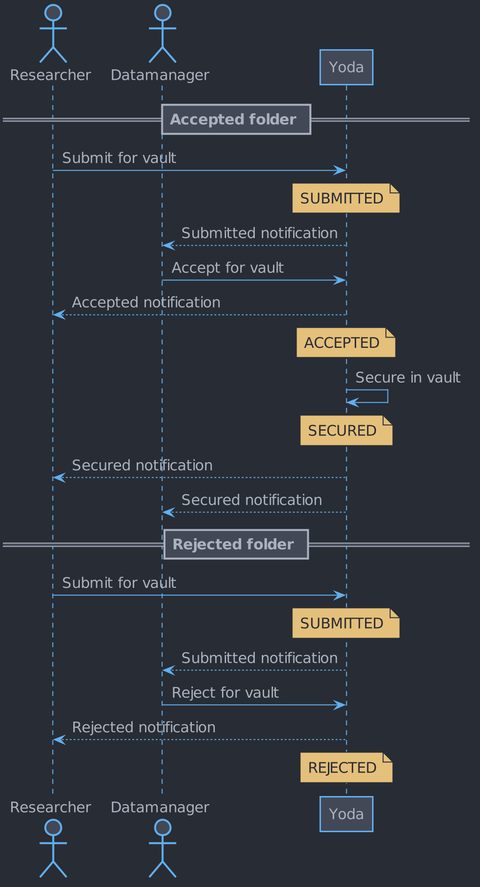
Earlier version of the PlantUML export docs/design/overview/img/research/research-space-sequence-diagram.png (UtrechtUniversity/yoda).
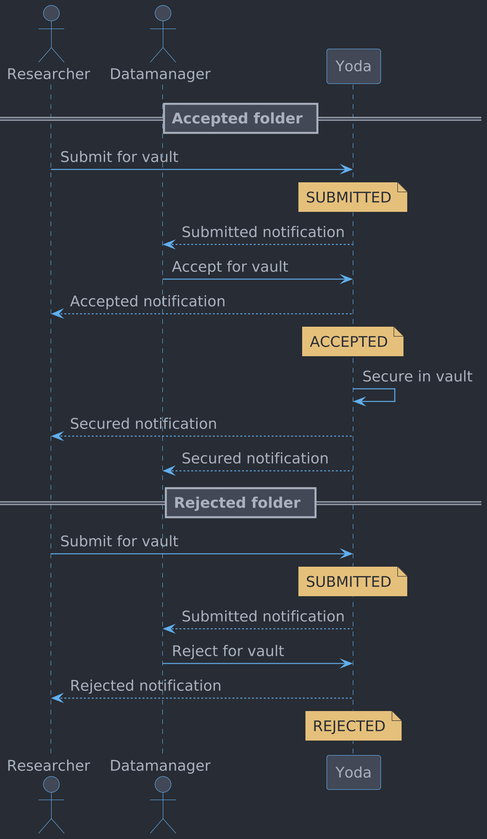
After the commit.

Commit message:
YDA-5842 - Update state and sequence diagrams for research space

The edit, as a diff of the source:
```diff
@@ -1,164 +1,171 @@
 @startuml
+!$color_bg       = "#282c34"
+!$color_bg_light = "#424856"
 
+!$color_fg       = "#abb2bf"
 
+!$color_red      = "#e06c75"
+!$color_green    = "#98c379"
+!$color_yellow   = "#e5c07b"
+!$color_blue     = "#61afef"
+!$color_purple   = "#c678dd"
 
+!$color_primary  = $color_blue
 
-
-skinparam backgroundColor #282c34
+skinparam backgroundColor $color_bg
 
 skinparam {
-  ActivityBackgroundColor        #424856
-  ActivityBarColor               #abb2bf
-  ActivityBorderColor            #61afef
+  ActivityBackgroundColor        $color_bg_light
+  ActivityBarColor               $color_fg
+  ActivityBorderColor            $color_primary
 
-  ActivityDiamondBackgroundColor #424856
-  ActivityDiamondBorderColor     #61afef
+  ActivityDiamondBackgroundColor $color_bg_light
+  ActivityDiamondBorderColor     $color_primary
 
-  ActivityEndColor               #e06c75
+  ActivityEndColor               $color_red
 
-  ActivityStartColor             #98c379
-  ActivityStopColor              #e06c75
+  ActivityStartColor             $color_green
+  ActivityStopColor              $color_red
 
-  ActorBackgroundColor        #424856
-  ActorBorderColor            #61afef
+  ActorBackgroundColor        $color_bg_light
+  ActorBorderColor            $color_primary
 
-  ActorStereotypeFontColor    #abb2bf
+  ActorStereotypeFontColor    $color_fg
 
-  AgentBackgroundColor       #424856
-  AgentBorderColor           #61afef
+  AgentBackgroundColor       $color_bg_light
+  AgentBorderColor           $color_primary
 
-  ArrowColor #61afef
+  ArrowColor $color_primary
 
-  ArtifactBackgroundColor     #424856
-  ArtifactBorderColor         #61afef
+  ArtifactBackgroundColor     $color_bg_light
+  ArtifactBorderColor         $color_primary
 
-  BackgroundColor #282c34
+  BackgroundColor $color_bg
 
-  BoundaryBackgroundColor     #424856
-  BoundaryBorderColor         #61afef
+  BoundaryBackgroundColor     $color_bg_light
+  BoundaryBorderColor         $color_primary
 
-  CardBackgroundColor     #424856
-  CardBorderColor         #61afef
+  CardBackgroundColor     $color_bg_light
+  CardBorderColor         $color_primary
 
-  ClassBackgroundColor   #424856
-  ClassBorderColor       #abb2bf
+  ClassBackgroundColor   $color_bg_light
+  ClassBorderColor       $color_fg
 
-  CloudBackgroundColor        #424856
-  CloudBorderColor            #61afef
+  CloudBackgroundColor        $color_bg_light
+  CloudBorderColor            $color_primary
 
-  CollectionsBackgroundColor #424856
-  CollectionsBorderColor     #61afef
+  CollectionsBackgroundColor $color_bg_light
+  CollectionsBorderColor     $color_primary
 
-  ComponentBackgroundColor       #424856
-  ComponentBorderColor           #61afef
+  ComponentBackgroundColor       $color_bg_light
+  ComponentBorderColor           $color_primary
 
-  ControlBackgroundColor #424856
-  ControlBorderColor     #61afef
-  ControlFontColor       #abb2bf
+  ControlBackgroundColor $color_bg_light
+  ControlBorderColor     $color_primary
+  ControlFontColor       $color_fg
 
-  ControlStereotypeFontColor #abb2bf
+  ControlStereotypeFontColor $color_fg
 
-  DatabaseBackgroundColor       #424856
-  DatabaseBorderColor           #61afef
+  DatabaseBackgroundColor       $color_bg_light
+  DatabaseBorderColor           $color_primary
 
-  DefaultFontColor #abb2bf
+  DefaultFontColor $color_fg
   DefaultFontSize 15
 
   DefaultFontName CMU Serif
 
   Dpi 200
 
-  EntityBackgroundColor #424856
-  EntityBorderColor     #61afef
+  EntityBackgroundColor $color_bg_light
+  EntityBorderColor     $color_primary
 
-  FileBackgroundColor #424856
-  FileBorderColor     #61afef
+  FileBackgroundColor $color_bg_light
+  FileBorderColor     $color_primary
 
-  FolderBackgroundColor #424856
-  FolderBorderColor     #61afef
+  FolderBackgroundColor $color_bg_light
+  FolderBorderColor     $color_primary
 
-  FrameBackgroundColor       #424856
-  FrameBorderColor           #61afef
+  FrameBackgroundColor       $color_bg_light
+  FrameBorderColor           $color_primary
 
-  HexagonBackgroundColor #424856
-  HexagonBorderColor     #61afef
+  HexagonBackgroundColor $color_bg_light
+  HexagonBorderColor     $color_primary
 
-  InterfaceBackgroundColor       #424856
-  InterfaceBorderColor           #61afef
+  InterfaceBackgroundColor       $color_bg_light
+  InterfaceBorderColor           $color_primary
 
-  LegendBackgroundColor   #424856
-  LegendBorderColor       #abb2bf
+  LegendBackgroundColor   $color_bg_light
+  LegendBorderColor       $color_fg
 
-  NodeBackgroundColor       #424856
-  NodeBorderColor           #61afef
+  NodeBackgroundColor       $color_bg_light
+  NodeBorderColor           $color_primary
 
-  NoteBackgroundColor   #e5c07b
-  NoteBorderColor       #282c34
+  NoteBackgroundColor   $color_yellow
+  NoteBorderColor       $color_bg
 
-  NoteFontColor         #282c34
+  NoteFontColor         $color_bg
 
-  ObjectBackgroundColor       #424856
-  ObjectBorderColor           #61afef
+  ObjectBackgroundColor       $color_bg_light
+  ObjectBorderColor           $color_primary
 
-  PackageBackgroundColor       #282c34
-  PackageBorderColor           #61afef
+  PackageBackgroundColor       $color_bg
+  PackageBorderColor           $color_primary
 
   Padding 2
-  ParticipantBackgroundColor #424856
-  ParticipantBorderColor     #61afef
+  ParticipantBackgroundColor $color_bg_light
+  ParticipantBorderColor     $color_primary
 
   PartitionBackgroundColor transparent
-  PartitionBorderColor     #abb2bf
+  PartitionBorderColor     $color_fg
 
-  PersonBackgroundColor #424856
-  PersonBorderColor     #61afef
+  PersonBackgroundColor $color_bg_light
+  PersonBorderColor     $color_primary
 
-  QueueBackgroundColor       #424856
-  QueueBorderColor           #61afef
+  QueueBackgroundColor       $color_bg_light
+  QueueBorderColor           $color_primary
 
-  RectangleBackgroundColor       #424856
-  RectangleBorderColor           #61afef
+  RectangleBackgroundColor       $color_bg_light
+  RectangleBorderColor           $color_primary
 
-  SequenceBoxBackgroundColor #424856
-  SequenceBoxBorderColor     #61afef
+  SequenceBoxBackgroundColor $color_bg_light
+  SequenceBoxBorderColor     $color_primary
 
-  SequenceDividerBackgroundColor   #424856
-  SequenceDividerBorderColor       #abb2bf
+  SequenceDividerBackgroundColor   $color_bg_light
+  SequenceDividerBorderColor       $color_fg
 
-  SequenceGroupBackgroundColor       #424856
+  SequenceGroupBackgroundColor       $color_bg_light
 
-  SequenceGroupBorderColor           #abb2bf
+  SequenceGroupBorderColor           $color_fg
 
-  SequenceLifeLineBackgroundColor   #282c34
-  SequenceLifeLineBorderColor       #61afef
+  SequenceLifeLineBackgroundColor   $color_bg
+  SequenceLifeLineBorderColor       $color_primary
 
-  SequenceNewpageSeparatorColor  #abb2bf
+  SequenceNewpageSeparatorColor  $color_fg
 
   SequenceReferenceBackgroundColor        transparent
-  SequenceReferenceBorderColor            #abb2bf
+  SequenceReferenceBorderColor            $color_fg
 
-  SequenceReferenceHeaderBackgroundColor #424856
+  SequenceReferenceHeaderBackgroundColor $color_bg_light
 
   Shadowing false
 
-  StackBackgroundColor       #424856
-  StackBorderColor           #61afef
+  StackBackgroundColor       $color_bg_light
+  StackBorderColor           $color_primary
 
-  StateBackgroundColor    #424856
-  StateBorderColor        #61afef
-  StateEndColor           #e06c75
+  StateBackgroundColor    $color_bg_light
+  StateBorderColor        $color_primary
+  StateEndColor           $color_red
 
-  StateStartColor         #98c379
+  StateStartColor         $color_green
 
-  StorageBackgroundColor #424856
-  StorageBorderColor     #abb2bf
+  StorageBackgroundColor $color_bg_light
+  StorageBorderColor     $color_fg
 
-  SwimlaneBorderColor            #abb2bf
+  SwimlaneBorderColor            $color_fg
 
-  UsecaseBackgroundColor       #424856
-  UsecaseBorderColor           #61afef
+  UsecaseBackgroundColor       $color_bg_light
+  UsecaseBorderColor           $color_primary
 }
-
 
 actor       Researcher  as researcher
 actor       Datamanager as datamanager
@@ -172,7 +179,6 @@
 yoda        --> researcher  : Accepted notification
 note over yoda              : ACCEPTED
 yoda         -> yoda        : Secure in vault
-note over yoda              : SECURED
 yoda        --> researcher  : Secured notification
 yoda        --> datamanager : Secured notification
 == Rejected folder ==
```
